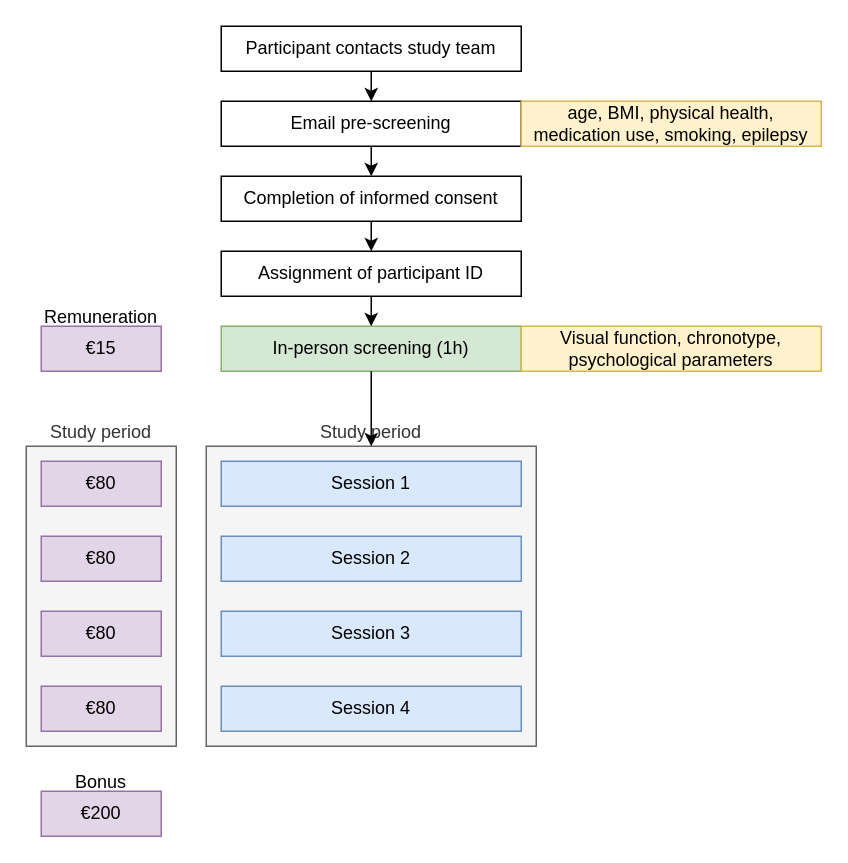
The draw.io diagram Copy of binocular_study_figure1.drawio in tscnlab/study_diagrams, before the edit. Source tidied: cells renumbered, new cells numbered last; positions are measured from the earlier drawing's top-left corner, leaving out a move shared by most shapes. Both pictures are drawn from the tidied source at 150%, with x=0, y=0 at pixel (26, 26).
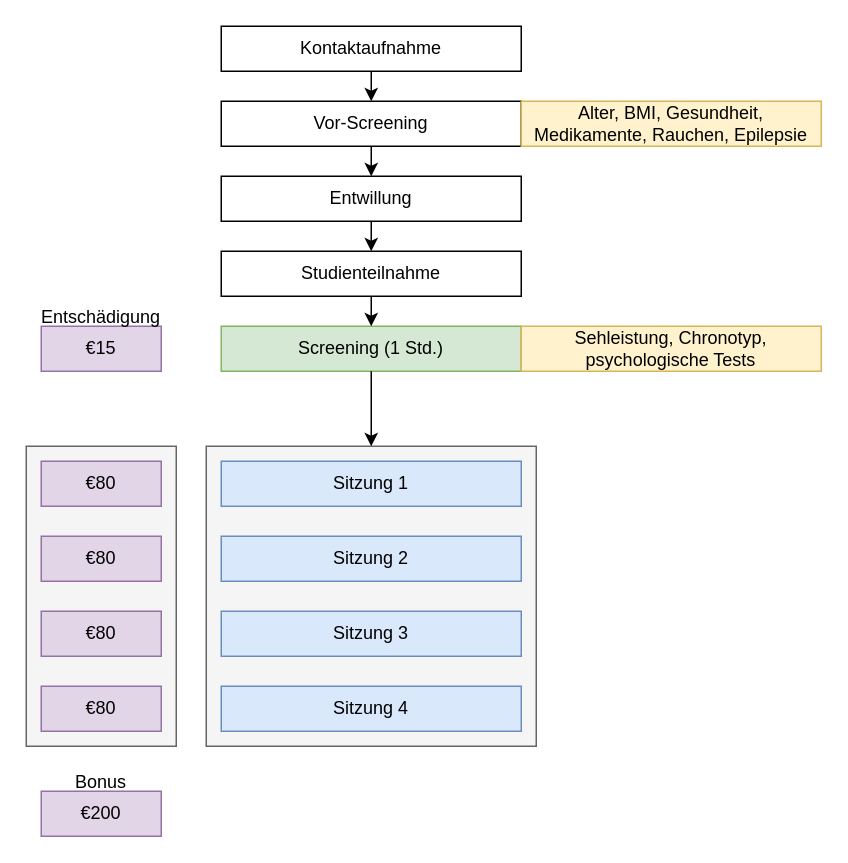
Above is the later version.

What changed in the source:
```diff
@@
-    <mxCell id="2" value="&lt;div&gt;Study period&lt;/div&gt;" style="rounded=0;whiteSpace=wrap;html=1;labelPosition=center;verticalLabelPosition=top;align=center;verticalAlign=bottom;fillColor=#f5f5f5;fontColor=#333333;strokeColor=#666666;" parent="1" vertex="1">
+    <mxCell id="2" style="rounded=0;whiteSpace=wrap;html=1;labelPosition=center;verticalLabelPosition=top;align=center;verticalAlign=bottom;fillColor=#f5f5f5;fontColor=#333333;strokeColor=#666666;" parent="1" vertex="1">
       <mxGeometry y="280" width="100" height="200" as="geometry" />
     </mxCell>
-    <mxCell id="3" value="&lt;div&gt;Participant contacts study team&lt;/div&gt;" style="rounded=0;whiteSpace=wrap;html=1;" parent="1" vertex="1">
+    <mxCell id="3" value="Kontaktaufnahme" style="rounded=0;whiteSpace=wrap;html=1;" parent="1" vertex="1">
       <mxGeometry x="130" width="200" height="30" as="geometry" />
     </mxCell>
-    <mxCell id="4" value="&lt;div&gt;Completion of informed consent&lt;br&gt;&lt;/div&gt;" style="rounded=0;whiteSpace=wrap;html=1;" parent="1" vertex="1">
+    <mxCell id="4" value="Entwillung" style="rounded=0;whiteSpace=wrap;html=1;" parent="1" vertex="1">
       <mxGeometry x="130" y="100" width="200" height="30" as="geometry" />
     </mxCell>
-    <mxCell id="5" value="&lt;div&gt;Assignment of participant ID&lt;br&gt;&lt;/div&gt;" style="rounded=0;whiteSpace=wrap;html=1;" parent="1" vertex="1">
+    <mxCell id="5" value="Studienteilnahme" style="rounded=0;whiteSpace=wrap;html=1;" parent="1" vertex="1">
       <mxGeometry x="130" y="150" width="200" height="30" as="geometry" />
     </mxCell>
-    <mxCell id="6" value="&lt;div&gt;In-person screening (1h)&lt;br&gt;&lt;/div&gt;" style="rounded=0;whiteSpace=wrap;html=1;fillColor=#d5e8d4;strokeColor=#82b366;" parent="1" vertex="1">
+    <mxCell id="6" value="&lt;div&gt;Screening (1 Std.)&lt;br&gt;&lt;/div&gt;" style="rounded=0;whiteSpace=wrap;html=1;fillColor=#d5e8d4;strokeColor=#82b366;" parent="1" vertex="1">
       <mxGeometry x="130" y="200" width="200" height="30" as="geometry" />
     </mxCell>
-    <mxCell id="7" value="&lt;div&gt;Email pre-screening&lt;br&gt;&lt;/div&gt;" style="rounded=0;whiteSpace=wrap;html=1;" parent="1" vertex="1">
+    <mxCell id="7" value="&lt;div&gt;Vor-Screening&lt;br&gt;&lt;/div&gt;" style="rounded=0;whiteSpace=wrap;html=1;" parent="1" vertex="1">
       <mxGeometry x="130" y="50" width="200" height="30" as="geometry" />
     </mxCell>
-    <mxCell id="8" value="age, BMI, physical health, medication use, smoking, epilepsy" style="rounded=0;whiteSpace=wrap;html=1;fillColor=#fff2cc;strokeColor=#d6b656;" parent="1" vertex="1">
+    <mxCell id="8" value="Alter, BMI, Gesundheit, Medikamente, Rauchen, Epilepsie" style="rounded=0;whiteSpace=wrap;html=1;fillColor=#fff2cc;strokeColor=#d6b656;" parent="1" vertex="1">
       <mxGeometry x="330" y="50" width="200" height="30" as="geometry" />
     </mxCell>
-    <mxCell id="9" value="Visual function, chronotype, psychological parameters" style="rounded=0;whiteSpace=wrap;html=1;fillColor=#fff2cc;strokeColor=#d6b656;" parent="1" vertex="1">
+    <mxCell id="9" value="&lt;div&gt;Sehleistung, Chronotyp,&lt;/div&gt;&lt;div&gt;psychologische Tests&lt;br&gt;&lt;/div&gt;" style="rounded=0;whiteSpace=wrap;html=1;fillColor=#fff2cc;strokeColor=#d6b656;" parent="1" vertex="1">
       <mxGeometry x="330" y="200" width="200" height="30" as="geometry" />
     </mxCell>
-    <mxCell id="10" value="&lt;div&gt;Study period&lt;/div&gt;" style="rounded=0;whiteSpace=wrap;html=1;labelPosition=center;verticalLabelPosition=top;align=center;verticalAlign=bottom;fillColor=#f5f5f5;fontColor=#333333;strokeColor=#666666;" parent="1" vertex="1">
+    <mxCell id="10" value="&lt;div&gt;&lt;br&gt;&lt;/div&gt;" style="rounded=0;whiteSpace=wrap;html=1;labelPosition=center;verticalLabelPosition=top;align=center;verticalAlign=bottom;fillColor=#f5f5f5;fontColor=#333333;strokeColor=#666666;" parent="1" vertex="1">
       <mxGeometry x="120" y="280" width="220" height="200" as="geometry" />
     </mxCell>
@@
-    <mxCell id="15" value="Session 1" style="rounded=0;whiteSpace=wrap;html=1;fillColor=#dae8fc;strokeColor=#6c8ebf;" parent="1" vertex="1">
+    <mxCell id="15" value="Sitzung 1" style="rounded=0;whiteSpace=wrap;html=1;fillColor=#dae8fc;strokeColor=#6c8ebf;" parent="1" vertex="1">
       <mxGeometry x="130" y="290" width="200" height="30" as="geometry" />
     </mxCell>
-    <mxCell id="16" value="Session 2" style="rounded=0;whiteSpace=wrap;html=1;fillColor=#dae8fc;strokeColor=#6c8ebf;" parent="1" vertex="1">
+    <mxCell id="16" value="Sitzung 2" style="rounded=0;whiteSpace=wrap;html=1;fillColor=#dae8fc;strokeColor=#6c8ebf;" parent="1" vertex="1">
       <mxGeometry x="130" y="340" width="200" height="30" as="geometry" />
     </mxCell>
-    <mxCell id="17" value="Session 3" style="rounded=0;whiteSpace=wrap;html=1;fillColor=#dae8fc;strokeColor=#6c8ebf;" parent="1" vertex="1">
+    <mxCell id="17" value="Sitzung 3" style="rounded=0;whiteSpace=wrap;html=1;fillColor=#dae8fc;strokeColor=#6c8ebf;" parent="1" vertex="1">
       <mxGeometry x="130" y="390" width="200" height="30" as="geometry" />
     </mxCell>
-    <mxCell id="18" value="Session 4" style="rounded=0;whiteSpace=wrap;html=1;fillColor=#dae8fc;strokeColor=#6c8ebf;" parent="1" vertex="1">
+    <mxCell id="18" value="Sitzung 4" style="rounded=0;whiteSpace=wrap;html=1;fillColor=#dae8fc;strokeColor=#6c8ebf;" parent="1" vertex="1">
       <mxGeometry x="130" y="440" width="200" height="30" as="geometry" />
     </mxCell>
@@
-    <mxCell id="22" value="&lt;div align=&quot;center&quot;&gt;Remuneration&lt;/div&gt;" style="text;whiteSpace=wrap;html=1;align=center;" parent="1" vertex="1">
+    <mxCell id="22" value="&lt;div align=&quot;center&quot;&gt;Entschädigung&lt;br&gt;&lt;/div&gt;" style="text;whiteSpace=wrap;html=1;align=center;" parent="1" vertex="1">
       <mxGeometry x="5" y="180" width="90" height="30" as="geometry" />
     </mxCell>
```
